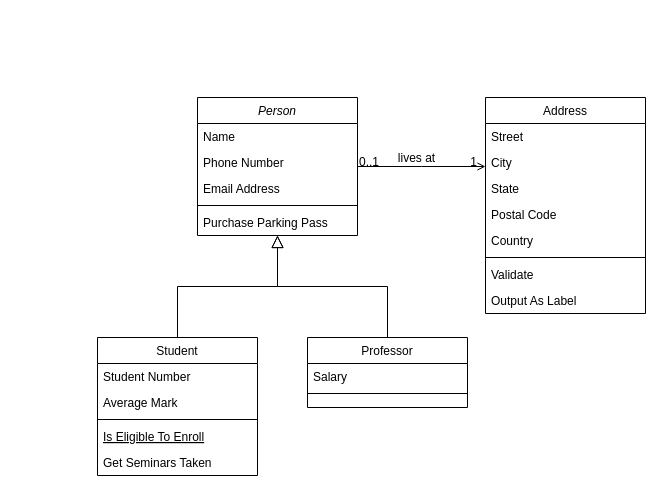
The draw.io diagram Spring/board/설계도/클래스 설계도.drawio in BvrPark/Personal_Project, before the edit. Source tidied: cells renumbered, new cells numbered last; positions are measured from the earlier drawing's top-left corner, leaving out a move shared by most shapes. Both pictures are drawn from the tidied source at 100%, with x=0, y=0 at pixel (97, 97).
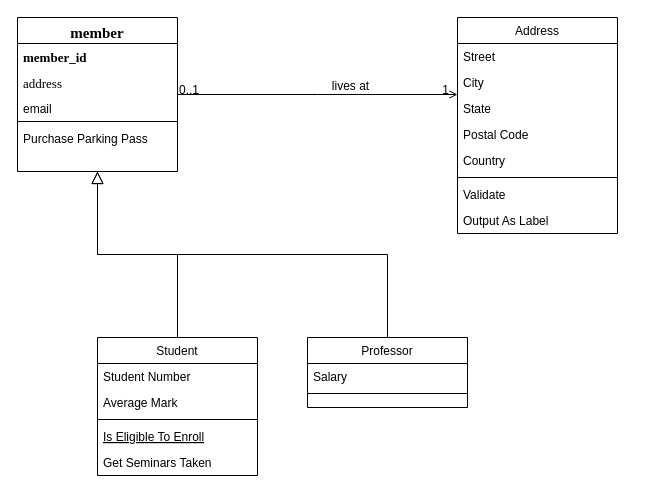
The same diagram, later.

Commit message:
클래스 설계도.drawio 업데이트

The edit, as a diff of the source:
```diff
@@
-    <mxCell id="2" value="Person" style="swimlane;fontStyle=2;align=center;verticalAlign=top;horizontal=1;startSize=26;rounded=0;shadow=0;strokeWidth=1;" parent="1" vertex="1">
-      <mxGeometry x="100" width="160" height="138" as="geometry" />
+    <mxCell id="2" value="member" style="swimlane;fontStyle=1;align=center;verticalAlign=top;horizontal=1;startSize=26;rounded=0;shadow=0;strokeWidth=1;fontSize=15;fontFamily=Garamond;" parent="1" vertex="1">
+      <mxGeometry x="-80" y="-80" width="160" height="154" as="geometry" />
     </mxCell>
-    <mxCell id="3" value="Name" style="text;align=left;verticalAlign=top;spacingLeft=4;spacingRight=4;overflow=hidden;" parent="2" vertex="1">
+    <mxCell id="3" value="member_id" style="text;align=left;verticalAlign=top;spacingLeft=4;spacingRight=4;overflow=hidden;fontStyle=1;fontFamily=Garamond;fontSize=13;" parent="2" vertex="1">
       <mxGeometry y="26" width="160" height="26" as="geometry" />
     </mxCell>
-    <mxCell id="4" value="Phone Number" style="text;align=left;verticalAlign=top;spacingLeft=4;spacingRight=4;overflow=hidden;rounded=0;shadow=0;html=0;" parent="2" vertex="1">
+    <mxCell id="4" value="address " style="text;align=left;verticalAlign=top;spacingLeft=4;spacingRight=4;overflow=hidden;rounded=0;shadow=0;html=0;fontFamily=Garamond;fontSize=13;" parent="2" vertex="1">
       <mxGeometry y="52" width="160" height="26" as="geometry" />
     </mxCell>
-    <mxCell id="5" value="Email Address" style="text;align=left;verticalAlign=top;spacingLeft=4;spacingRight=4;overflow=hidden;rounded=0;shadow=0;html=0;" parent="2" vertex="1">
-      <mxGeometry y="78" width="160" height="26" as="geometry" />
+    <mxCell id="5" value="email" style="text;align=left;verticalAlign=top;spacingLeft=4;spacingRight=4;overflow=hidden;rounded=0;shadow=0;html=0;" parent="2" vertex="1">
+      <mxGeometry y="78" width="160" height="22" as="geometry" />
     </mxCell>
     <mxCell id="6" style="line;html=1;strokeWidth=1;align=left;verticalAlign=middle;spacingTop=-1;spacingLeft=3;spacingRight=3;labelPosition=right;" parent="2" vertex="1">
-      <mxGeometry y="104" width="160" height="8" as="geometry" />
+      <mxGeometry y="100" width="160" height="8" as="geometry" />
     </mxCell>
     <mxCell id="7" value="Purchase Parking Pass" style="text;align=left;verticalAlign=top;spacingLeft=4;spacingRight=4;overflow=hidden;" parent="2" vertex="1">
-      <mxGeometry y="112" width="160" height="26" as="geometry" />
+      <mxGeometry y="108" width="160" height="26" as="geometry" />
     </mxCell>
@@
     <mxCell id="19" value="Address" style="swimlane;fontStyle=0;align=center;verticalAlign=top;horizontal=1;startSize=26;rounded=0;shadow=0;strokeWidth=1;" parent="1" vertex="1">
-      <mxGeometry x="388" width="160" height="216" as="geometry" />
+      <mxGeometry x="360" y="-80" width="160" height="216" as="geometry" />
     </mxCell>
```
